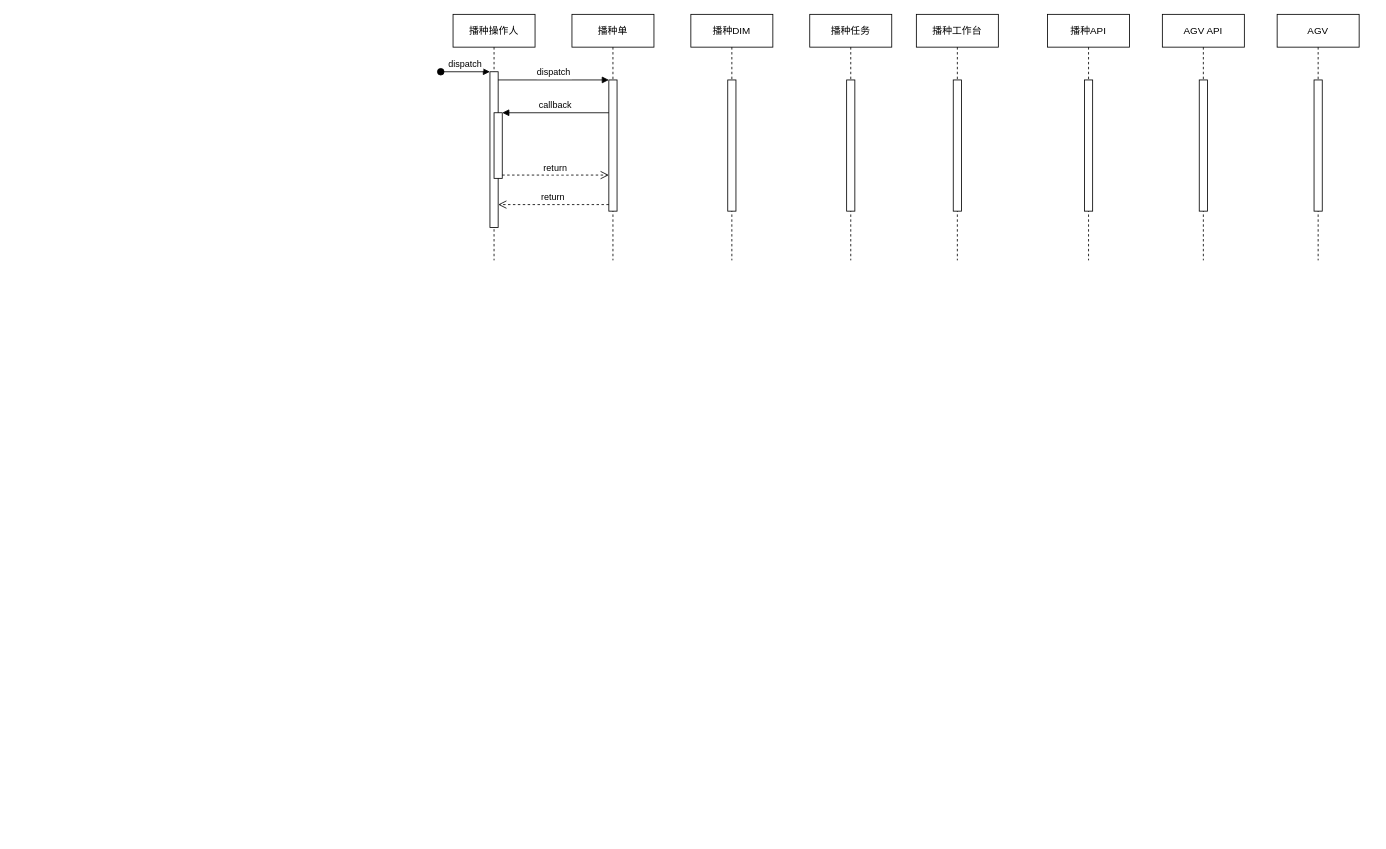
Before: Untitled Diagram.drawio in monica13477/hwms, a draw.io diagram. Source tidied: cells renumbered, new cells numbered last; positions are measured from the earlier drawing's top-left corner, leaving out a move shared by most shapes. Both pictures are drawn from the tidied source at 82%, with x=0, y=0 at pixel (440, 14).
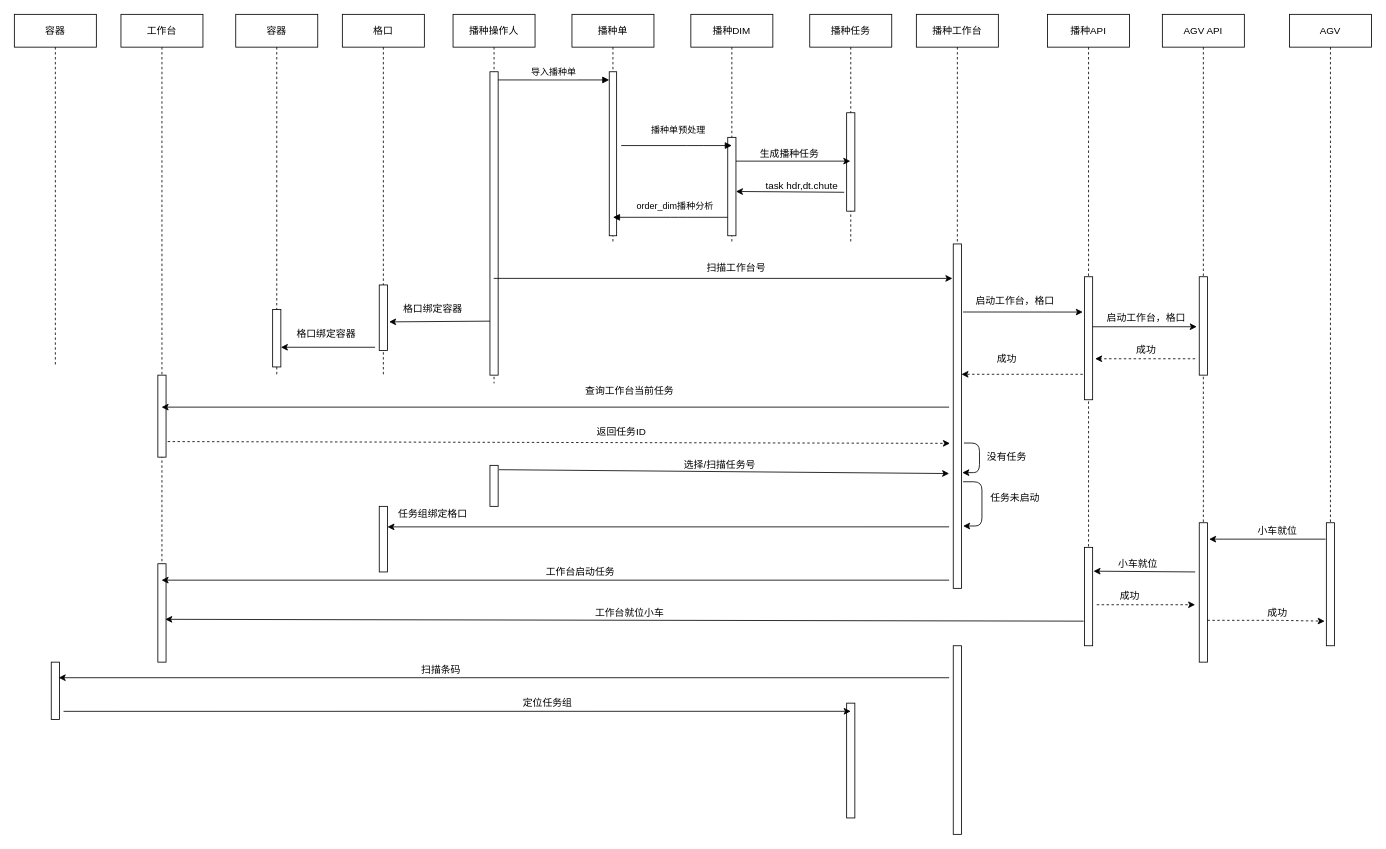
Above is the later version.

Unchanged cells that the change refers to:
```xml
<mxCell id="16" value="播种工作台" style="shape=umlLifeline;perimeter=lifelinePerimeter;rounded=0;shadow=0;strokeWidth=1;" parent="1" vertex="1">
  <mxGeometry x="580" width="100" height="300" as="geometry" />
</mxCell>
```

Diff of the diagram source:
```diff
@@
     <mxCell id="2" value="播种操作人" style="shape=umlLifeline;perimeter=lifelinePerimeter;rounded=0;shadow=0;strokeWidth=1;" parent="1" vertex="1">
-      <mxGeometry x="15" width="100" height="300" as="geometry" />
+      <mxGeometry x="15" width="100" height="450" as="geometry" />
     </mxCell>
     <mxCell id="3" style="points=[];perimeter=orthogonalPerimeter;rounded=0;shadow=0;strokeWidth=1;" parent="2" vertex="1">
-      <mxGeometry x="45" y="70" width="10" height="190" as="geometry" />
+      <mxGeometry x="45" y="70" width="10" height="370" as="geometry" />
     </mxCell>
-    <mxCell id="4" value="dispatch" style="verticalAlign=bottom;startArrow=oval;endArrow=block;startSize=8;shadow=0;strokeWidth=1;" parent="2" edge="1" target="3">
-      <mxGeometry relative="1" as="geometry">
-        <mxPoint x="-15" y="70" as="sourcePoint" />
-      </mxGeometry>
-    </mxCell>
-    <mxCell id="5" style="points=[];perimeter=orthogonalPerimeter;rounded=0;shadow=0;strokeWidth=1;" parent="2" vertex="1">
-      <mxGeometry x="50" y="120" width="10" height="80" as="geometry" />
-    </mxCell>
     <mxCell id="6" value="播种单" style="shape=umlLifeline;perimeter=lifelinePerimeter;rounded=0;shadow=0;strokeWidth=1;" parent="1" vertex="1">
-      <mxGeometry x="160" width="100" height="300" as="geometry" />
+      <mxGeometry x="160" width="100" height="280" as="geometry" />
     </mxCell>
     <mxCell id="7" style="points=[];perimeter=orthogonalPerimeter;rounded=0;shadow=0;strokeWidth=1;" parent="6" vertex="1">
-      <mxGeometry x="45" y="80" width="10" height="160" as="geometry" />
+      <mxGeometry x="45.5" y="70" width="9" height="200" as="geometry" />
     </mxCell>
-    <mxCell id="8" value="return" style="verticalAlign=bottom;endArrow=open;dashed=1;endSize=8;exitX=0;exitY=0.95;shadow=0;strokeWidth=1;" parent="1" edge="1" source="7" target="3">
-      <mxGeometry relative="1" as="geometry" />
-    </mxCell>
-    <mxCell id="9" value="dispatch" style="verticalAlign=bottom;endArrow=block;entryX=0;entryY=0;shadow=0;strokeWidth=1;" parent="1" edge="1" source="3" target="7">
-      <mxGeometry relative="1" as="geometry" />
+    <mxCell id="9" value="导入播种单" style="verticalAlign=bottom;endArrow=block;entryX=0;entryY=0;shadow=0;strokeWidth=1;" parent="1" edge="1">
+      <mxGeometry relative="1" as="geometry">
+        <mxPoint x="70" y="80" as="sourcePoint" />
+        <mxPoint x="205.5" y="80" as="targetPoint" />
+      </mxGeometry>
     </mxCell>
-    <mxCell id="10" value="callback" style="verticalAlign=bottom;endArrow=block;entryX=1;entryY=0;shadow=0;strokeWidth=1;" parent="1" edge="1" source="7" target="5">
-      <mxGeometry relative="1" as="geometry" />
-    </mxCell>
-    <mxCell id="11" value="return" style="verticalAlign=bottom;endArrow=open;dashed=1;endSize=8;exitX=1;exitY=0.95;shadow=0;strokeWidth=1;" parent="1" edge="1" source="5" target="7">
-      <mxGeometry relative="1" as="geometry" />
-    </mxCell>
     <mxCell id="12" value="播种DIM" style="shape=umlLifeline;perimeter=lifelinePerimeter;rounded=0;shadow=0;strokeWidth=1;" parent="1" vertex="1">
-      <mxGeometry x="305" width="100" height="300" as="geometry" />
+      <mxGeometry x="305" width="100" height="280" as="geometry" />
     </mxCell>
-    <mxCell id="13" style="perimeter=orthogonalPerimeter;rounded=0;shadow=0;strokeWidth=1;" parent="12" vertex="1">
-      <mxGeometry x="45" y="80" width="10" height="160" as="geometry" />
-    </mxCell>
+    <mxCell id="24" style="perimeter=orthogonalPerimeter;rounded=0;shadow=0;strokeWidth=1;" parent="12" vertex="1">
+      <mxGeometry x="45" y="150" width="10" height="120" as="geometry" />
+    </mxCell>
     <mxCell id="14" value="播种任务" style="shape=umlLifeline;perimeter=lifelinePerimeter;rounded=0;shadow=0;strokeWidth=1;" parent="1" vertex="1">
-      <mxGeometry x="450" width="100" height="300" as="geometry" />
+      <mxGeometry x="450" width="100" height="280" as="geometry" />
     </mxCell>
     <mxCell id="15" style="perimeter=orthogonalPerimeter;rounded=0;shadow=0;strokeWidth=1;" parent="14" vertex="1">
-      <mxGeometry x="45" y="80" width="10" height="160" as="geometry" />
+      <mxGeometry x="45" y="120" width="10" height="120" as="geometry" />
     </mxCell>
@@
+    <mxCell id="18" value="播种API" style="shape=umlLifeline;perimeter=lifelinePerimeter;rounded=0;shadow=0;strokeWidth=1;" parent="1" vertex="1">
+      <mxGeometry x="740" width="100" height="650" as="geometry" />
+    </mxCell>
+    <mxCell id="20" value="AGV API" style="shape=umlLifeline;perimeter=lifelinePerimeter;rounded=0;shadow=0;strokeWidth=1;" parent="1" vertex="1">
+      <mxGeometry x="880" width="100" height="620" as="geometry" />
+    </mxCell>
+    <mxCell id="22" value="AGV" style="shape=umlLifeline;perimeter=lifelinePerimeter;rounded=0;shadow=0;strokeWidth=1;" parent="1" vertex="1">
+      <mxGeometry x="1035" width="100" height="630" as="geometry" />
+    </mxCell>
+    <mxCell id="25" value="播种单预处理" style="verticalAlign=bottom;endArrow=block;entryX=0;entryY=0;shadow=0;strokeWidth=1;" parent="1" edge="1">
+      <mxGeometry x="0.04" y="10" relative="1" as="geometry">
+        <mxPoint x="220" y="160" as="sourcePoint" />
+        <mxPoint x="355" y="160" as="targetPoint" />
+        <Array as="points">
+          <mxPoint x="310" y="160" />
+        </Array>
+      </mxGeometry>
+    </mxCell>
+    <mxCell id="26" value="order_dim播种分析" style="verticalAlign=bottom;endArrow=block;shadow=0;strokeWidth=1;" parent="1" edge="1">
+      <mxGeometry x="-0.08" y="-5" relative="1" as="geometry">
+        <mxPoint x="350" y="247.5" as="sourcePoint" />
+        <mxPoint x="210" y="247.5" as="targetPoint" />
+        <Array as="points">
+          <mxPoint x="290" y="247.5" />
+        </Array>
+      </mxGeometry>
+    </mxCell>
+    <mxCell id="27" value="生成播种任务" style="text;html=1;align=center;verticalAlign=middle;" parent="1" vertex="1">
+      <mxGeometry x="380" y="160" width="90" height="20" as="geometry" />
+    </mxCell>
+    <mxCell id="28" style="endArrow=classic;html=1;" parent="1" edge="1" target="14">
+      <mxGeometry relative="1" as="geometry">
+        <mxPoint x="360" y="179" as="sourcePoint" />
+      </mxGeometry>
+    </mxCell>
+    <mxCell id="29" style="endArrow=classic;html=1;entryX=1;entryY=0.4;entryDx=0;entryDy=0;entryPerimeter=0;exitX=-0.3;exitY=0.758;exitDx=0;exitDy=0;exitPerimeter=0;" parent="1" edge="1">
+      <mxGeometry relative="1" as="geometry">
+        <mxPoint x="492" y="217" as="sourcePoint" />
+        <mxPoint x="360" y="216" as="targetPoint" />
+      </mxGeometry>
+    </mxCell>
+    <mxCell id="30" value="task hdr,dt.chute" style="text;html=1;align=center;verticalAlign=middle;" parent="1" vertex="1">
+      <mxGeometry x="390" y="200" width="100" height="20" as="geometry" />
+    </mxCell>
-    <mxCell id="17" style="points=[];perimeter=orthogonalPerimeter;rounded=0;shadow=0;strokeWidth=1;" parent="16" vertex="1">
-      <mxGeometry x="45" y="80" width="10" height="160" as="geometry" />
+    <mxCell id="17" style="points=[];perimeter=orthogonalPerimeter;rounded=0;shadow=0;strokeWidth=1;" parent="1" vertex="1">
+      <mxGeometry x="625" y="280" width="10" height="420" as="geometry" />
     </mxCell>
-    <mxCell id="18" value="播种API" style="shape=umlLifeline;perimeter=lifelinePerimeter;rounded=0;shadow=0;strokeWidth=1;" parent="1" vertex="1">
-      <mxGeometry x="740" width="100" height="300" as="geometry" />
-    </mxCell>
+    <mxCell id="31" style="endArrow=classic;html=1;" parent="1" edge="1" source="2">
+      <mxGeometry relative="1" as="geometry">
+        <mxPoint x="624" y="322" as="targetPoint" />
+      </mxGeometry>
+    </mxCell>
+    <mxCell id="32" value="扫描工作台号" style="text;html=1;align=center;verticalAlign=middle;" parent="1" vertex="1">
+      <mxGeometry x="315" y="300" width="90" height="20" as="geometry" />
+    </mxCell>
-    <mxCell id="19" style="points=[];perimeter=orthogonalPerimeter;rounded=0;shadow=0;strokeWidth=1;" parent="18" vertex="1">
-      <mxGeometry x="45" y="80" width="10" height="160" as="geometry" />
+    <mxCell id="19" style="points=[];perimeter=orthogonalPerimeter;rounded=0;shadow=0;strokeWidth=1;" parent="1" vertex="1">
+      <mxGeometry x="785" y="320" width="10" height="150" as="geometry" />
     </mxCell>
-    <mxCell id="20" value="AGV API" style="shape=umlLifeline;perimeter=lifelinePerimeter;rounded=0;shadow=0;strokeWidth=1;" parent="1" vertex="1">
-      <mxGeometry x="880" width="100" height="300" as="geometry" />
-    </mxCell>
+    <mxCell id="33" style="endArrow=classic;html=1;entryX=-0.2;entryY=0.287;entryDx=0;entryDy=0;entryPerimeter=0;" parent="1" edge="1" target="19">
+      <mxGeometry relative="1" as="geometry">
+        <mxPoint x="637" y="363" as="sourcePoint" />
+      </mxGeometry>
+    </mxCell>
+    <mxCell id="34" value="启动工作台，格口" style="text;html=1;align=center;verticalAlign=middle;" parent="1" vertex="1">
+      <mxGeometry x="645" y="340" width="110" height="20" as="geometry" />
+    </mxCell>
-    <mxCell id="21" style="points=[];perimeter=orthogonalPerimeter;rounded=0;shadow=0;strokeWidth=1;" parent="20" vertex="1">
-      <mxGeometry x="45" y="80" width="10" height="160" as="geometry" />
+    <mxCell id="21" style="points=[];perimeter=orthogonalPerimeter;rounded=0;shadow=0;strokeWidth=1;" parent="1" vertex="1">
+      <mxGeometry x="925" y="320" width="10" height="120" as="geometry" />
     </mxCell>
-    <mxCell id="22" value="AGV" style="shape=umlLifeline;perimeter=lifelinePerimeter;rounded=0;shadow=0;strokeWidth=1;" parent="1" vertex="1">
-      <mxGeometry x="1020" width="100" height="300" as="geometry" />
-    </mxCell>
+    <mxCell id="35" style="endArrow=classic;html=1;entryX=-0.3;entryY=0.508;entryDx=0;entryDy=0;entryPerimeter=0;" parent="1" edge="1" target="21">
+      <mxGeometry relative="1" as="geometry">
+        <mxPoint x="795" y="381" as="sourcePoint" />
+      </mxGeometry>
+    </mxCell>
+    <mxCell id="36" value="启动工作台，格口" style="text;html=1;align=center;verticalAlign=middle;" parent="1" vertex="1">
+      <mxGeometry x="805" y="360" width="110" height="20" as="geometry" />
+    </mxCell>
+    <mxCell id="37" value="成功" style="text;html=1;align=center;verticalAlign=middle;" parent="1" vertex="1">
+      <mxGeometry x="840" y="400" width="40" height="20" as="geometry" />
+    </mxCell>
+    <mxCell id="38" style="endArrow=classic;html=1;exitX=-0.2;exitY=0.793;exitDx=0;exitDy=0;exitPerimeter=0;dashed=1;" parent="1" edge="1" source="19" target="17">
+      <mxGeometry relative="1" as="geometry" />
+    </mxCell>
+    <mxCell id="39" value="成功" style="text;html=1;align=center;verticalAlign=middle;" parent="1" vertex="1">
+      <mxGeometry x="670" y="410" width="40" height="20" as="geometry" />
+    </mxCell>
+    <mxCell id="40" style="endArrow=classic;html=1;dashed=1;" parent="1" edge="1">
+      <mxGeometry relative="1" as="geometry">
+        <mxPoint x="920" y="420" as="sourcePoint" />
+        <mxPoint x="798" y="420" as="targetPoint" />
+      </mxGeometry>
+    </mxCell>
+    <mxCell id="41" value="格口" style="shape=umlLifeline;perimeter=lifelinePerimeter;rounded=0;shadow=0;strokeWidth=1;" parent="1" vertex="1">
+      <mxGeometry x="-120" width="100" height="440" as="geometry" />
+    </mxCell>
+    <mxCell id="42" style="points=[];perimeter=orthogonalPerimeter;rounded=0;shadow=0;strokeWidth=1;" parent="41" vertex="1">
+      <mxGeometry x="45" y="330" width="10" height="80" as="geometry" />
+    </mxCell>
+    <mxCell id="43" value="容器" style="shape=umlLifeline;perimeter=lifelinePerimeter;rounded=0;shadow=0;strokeWidth=1;" parent="1" vertex="1">
+      <mxGeometry x="-250" width="100" height="440" as="geometry" />
+    </mxCell>
+    <mxCell id="44" style="points=[];perimeter=orthogonalPerimeter;rounded=0;shadow=0;strokeWidth=1;" parent="43" vertex="1">
+      <mxGeometry x="45" y="360" width="10" height="70" as="geometry" />
+    </mxCell>
+    <mxCell id="45" style="endArrow=classic;html=1;entryX=1.2;entryY=0.563;entryDx=0;entryDy=0;entryPerimeter=0;exitX=0;exitY=0.822;exitDx=0;exitDy=0;exitPerimeter=0;" parent="1" edge="1" source="3" target="42">
+      <mxGeometry relative="1" as="geometry" />
+    </mxCell>
+    <mxCell id="46" value="格口绑定容器" style="text;html=1;align=center;verticalAlign=middle;" parent="1" vertex="1">
+      <mxGeometry x="-55" y="350" width="90" height="20" as="geometry" />
+    </mxCell>
+    <mxCell id="47" value="工作台" style="shape=umlLifeline;perimeter=lifelinePerimeter;rounded=0;shadow=0;strokeWidth=1;" parent="1" vertex="1">
+      <mxGeometry x="-390" width="100" height="740" as="geometry" />
+    </mxCell>
+    <mxCell id="48" style="points=[];perimeter=orthogonalPerimeter;rounded=0;shadow=0;strokeWidth=1;" parent="47" vertex="1">
+      <mxGeometry x="45" y="440" width="10" height="100" as="geometry" />
+    </mxCell>
+    <mxCell id="49" style="endArrow=classic;html=1;" parent="47" edge="1" target="47">
+      <mxGeometry relative="1" as="geometry">
+        <mxPoint x="1010" y="479" as="sourcePoint" />
+      </mxGeometry>
+    </mxCell>
+    <mxCell id="50" value="查询工作台当前任务" style="text;html=1;align=center;verticalAlign=middle;" parent="1" vertex="1">
+      <mxGeometry x="170" y="450" width="120" height="20" as="geometry" />
+    </mxCell>
+    <mxCell id="51" style="endArrow=classic;html=1;entryX=-0.4;entryY=0.579;entryDx=0;entryDy=0;entryPerimeter=0;exitX=1.2;exitY=0.81;exitDx=0;exitDy=0;exitPerimeter=0;dashed=1;" parent="1" edge="1" source="48" target="17">
+      <mxGeometry relative="1" as="geometry" />
+    </mxCell>
+    <mxCell id="52" value="返回任务ID" style="text;html=1;align=center;verticalAlign=middle;" parent="1" vertex="1">
+      <mxGeometry x="180" y="500" width="80" height="20" as="geometry" />
+    </mxCell>
+    <mxCell id="53" style="points=[];perimeter=orthogonalPerimeter;rounded=0;shadow=0;strokeWidth=1;" parent="1" vertex="1">
+      <mxGeometry x="60" y="550" width="10" height="50" as="geometry" />
+    </mxCell>
+    <mxCell id="54" style="endArrow=classic;html=1;exitX=1.1;exitY=0.106;exitDx=0;exitDy=0;exitPerimeter=0;" parent="1" edge="1" source="53">
+      <mxGeometry relative="1" as="geometry">
+        <mxPoint x="620" y="560" as="targetPoint" />
+      </mxGeometry>
+    </mxCell>
+    <mxCell id="55" value="选择/扫描任务号" style="text;html=1;align=center;verticalAlign=middle;" parent="1" vertex="1">
+      <mxGeometry x="290" y="540" width="100" height="20" as="geometry" />
+    </mxCell>
+    <mxCell id="56" style="edgeStyle=elbowEdgeStyle;elbow=horizontal;endArrow=classic;html=1;exitX=1.6;exitY=0.571;exitDx=0;exitDy=0;exitPerimeter=0;entryX=1.1;entryY=0.664;entryDx=0;entryDy=0;entryPerimeter=0;" parent="1" edge="1" target="17">
+      <mxGeometry relative="1" as="geometry">
+        <mxPoint x="638" y="522.8" as="sourcePoint" />
+        <Array as="points">
+          <mxPoint x="657" y="553" />
+        </Array>
+      </mxGeometry>
+    </mxCell>
+    <mxCell id="57" value="没有任务" style="text;html=1;align=center;verticalAlign=middle;" parent="1" vertex="1">
+      <mxGeometry x="660" y="530" width="60" height="20" as="geometry" />
+    </mxCell>
+    <mxCell id="58" style="points=[];perimeter=orthogonalPerimeter;rounded=0;shadow=0;strokeWidth=1;" parent="1" vertex="1">
+      <mxGeometry x="-75" y="600" width="10" height="80" as="geometry" />
+    </mxCell>
+    <mxCell id="59" style="endArrow=classic;html=1;entryX=1;entryY=0.313;entryDx=0;entryDy=0;entryPerimeter=0;" parent="1" edge="1" target="58">
+      <mxGeometry relative="1" as="geometry">
+        <mxPoint x="620" y="625" as="sourcePoint" />
+      </mxGeometry>
+    </mxCell>
+    <mxCell id="60" value="任务组绑定格口" style="text;html=1;align=center;verticalAlign=middle;" parent="1" vertex="1">
+      <mxGeometry x="-60" y="600" width="100" height="20" as="geometry" />
+    </mxCell>
+    <mxCell id="61" style="endArrow=classic;html=1;entryX=1;entryY=0.657;entryDx=0;entryDy=0;entryPerimeter=0;" parent="1" edge="1" target="44">
+      <mxGeometry relative="1" as="geometry">
+        <mxPoint x="-80" y="406" as="sourcePoint" />
+      </mxGeometry>
+    </mxCell>
+    <mxCell id="62" value="格口绑定容器" style="text;html=1;align=center;verticalAlign=middle;" parent="1" vertex="1">
+      <mxGeometry x="-185" y="380" width="90" height="20" as="geometry" />
+    </mxCell>
+    <mxCell id="63" style="edgeStyle=elbowEdgeStyle;elbow=horizontal;endArrow=classic;html=1;entryX=1.2;entryY=0.819;entryDx=0;entryDy=0;entryPerimeter=0;" parent="1" edge="1" target="17">
+      <mxGeometry relative="1" as="geometry">
+        <mxPoint x="637" y="570" as="sourcePoint" />
+        <Array as="points">
+          <mxPoint x="660" y="600.2" />
+        </Array>
+      </mxGeometry>
+    </mxCell>
+    <mxCell id="64" value="任务未启动" style="text;html=1;align=center;verticalAlign=middle;" parent="1" vertex="1">
+      <mxGeometry x="660" y="580" width="80" height="20" as="geometry" />
+    </mxCell>
-    <mxCell id="23" style="perimeter=orthogonalPerimeter;rounded=0;shadow=0;strokeWidth=1;" parent="22" vertex="1">
-      <mxGeometry x="45" y="80" width="10" height="160" as="geometry" />
+    <mxCell id="23" style="perimeter=orthogonalPerimeter;rounded=0;shadow=0;strokeWidth=1;" parent="1" vertex="1">
+      <mxGeometry x="1080" y="620" width="10" height="150" as="geometry" />
     </mxCell>
+    <mxCell id="65" style="points=[];perimeter=orthogonalPerimeter;rounded=0;shadow=0;strokeWidth=1;" parent="1" vertex="1">
+      <mxGeometry x="785" y="650" width="10" height="120" as="geometry" />
+    </mxCell>
+    <mxCell id="66" style="points=[];perimeter=orthogonalPerimeter;rounded=0;shadow=0;strokeWidth=1;" parent="1" vertex="1">
+      <mxGeometry x="925" y="620" width="10" height="170" as="geometry" />
+    </mxCell>
+    <mxCell id="67" style="endArrow=classic;html=1;" parent="1" edge="1">
+      <mxGeometry relative="1" as="geometry">
+        <mxPoint x="1079" y="640" as="sourcePoint" />
+        <mxPoint x="937" y="640" as="targetPoint" />
+      </mxGeometry>
+    </mxCell>
+    <mxCell id="68" value="小车就位" style="text;html=1;align=center;verticalAlign=middle;" parent="1" vertex="1">
+      <mxGeometry x="990" y="620" width="60" height="20" as="geometry" />
+    </mxCell>
+    <mxCell id="69" style="endArrow=classic;html=1;entryX=1.1;entryY=0.242;entryDx=0;entryDy=0;entryPerimeter=0;" parent="1" edge="1" target="65">
+      <mxGeometry relative="1" as="geometry">
+        <mxPoint x="920" y="680" as="sourcePoint" />
+      </mxGeometry>
+    </mxCell>
+    <mxCell id="70" value="小车就位" style="text;html=1;align=center;verticalAlign=middle;" parent="1" vertex="1">
+      <mxGeometry x="820" y="660" width="60" height="20" as="geometry" />
+    </mxCell>
+    <mxCell id="71" style="endArrow=classic;html=1;dashed=1;" parent="1" edge="1">
+      <mxGeometry relative="1" as="geometry">
+        <mxPoint x="800" y="720" as="sourcePoint" />
+        <mxPoint x="920" y="720" as="targetPoint" />
+      </mxGeometry>
+    </mxCell>
+    <mxCell id="72" style="endArrow=classic;html=1;dashed=1;exitX=1;exitY=0.7;exitDx=0;exitDy=0;exitPerimeter=0;" parent="1" edge="1" source="66">
+      <mxGeometry relative="1" as="geometry">
+        <mxPoint x="1078" y="740" as="targetPoint" />
+        <Array as="points">
+          <mxPoint x="1020" y="739" />
+        </Array>
+      </mxGeometry>
+    </mxCell>
+    <mxCell id="73" value="成功" style="text;html=1;align=center;verticalAlign=middle;" parent="1" vertex="1">
+      <mxGeometry x="820" y="700" width="40" height="20" as="geometry" />
+    </mxCell>
+    <mxCell id="74" value="成功" style="text;html=1;align=center;verticalAlign=middle;" parent="1" vertex="1">
+      <mxGeometry x="1000" y="720" width="40" height="20" as="geometry" />
+    </mxCell>
+    <mxCell id="75" style="endArrow=classic;html=1;exitX=-0.1;exitY=0.75;exitDx=0;exitDy=0;exitPerimeter=0;entryX=0.54;entryY=0.997;entryDx=0;entryDy=0;entryPerimeter=0;" parent="1" edge="1" source="65" target="47">
+      <mxGeometry relative="1" as="geometry" />
+    </mxCell>
+    <mxCell id="76" style="perimeter=orthogonalPerimeter;rounded=0;shadow=0;strokeWidth=1;" parent="1" vertex="1">
+      <mxGeometry x="-345" y="670" width="10" height="120" as="geometry" />
+    </mxCell>
+    <mxCell id="77" value="工作台就位小车" style="text;html=1;align=center;verticalAlign=middle;" parent="1" vertex="1">
+      <mxGeometry x="180" y="720" width="100" height="20" as="geometry" />
+    </mxCell>
+    <mxCell id="78" style="endArrow=classic;html=1;" parent="1" edge="1" target="47">
+      <mxGeometry relative="1" as="geometry">
+        <mxPoint x="620" y="690" as="sourcePoint" />
+      </mxGeometry>
+    </mxCell>
+    <mxCell id="79" value="工作台启动任务" style="text;html=1;align=center;verticalAlign=middle;" parent="1" vertex="1">
+      <mxGeometry x="120" y="670" width="100" height="20" as="geometry" />
+    </mxCell>
+    <mxCell id="80" style="perimeter=orthogonalPerimeter;rounded=0;shadow=0;strokeWidth=1;" parent="1" vertex="1">
+      <mxGeometry x="625" y="770" width="10" height="230" as="geometry" />
+    </mxCell>
+    <mxCell id="81" value="容器" style="shape=umlLifeline;perimeter=lifelinePerimeter;rounded=0;shadow=0;strokeWidth=1;" parent="1" vertex="1">
+      <mxGeometry x="-520" width="100" height="430" as="geometry" />
+    </mxCell>
+    <mxCell id="82" style="points=[];perimeter=orthogonalPerimeter;rounded=0;shadow=0;strokeWidth=1;" parent="1" vertex="1">
+      <mxGeometry x="-475" y="790" width="10" height="70" as="geometry" />
+    </mxCell>
+    <mxCell id="83" style="endArrow=classic;html=1;entryX=0.9;entryY=0.271;entryDx=0;entryDy=0;entryPerimeter=0;" parent="1" edge="1" target="82">
+      <mxGeometry relative="1" as="geometry">
+        <mxPoint x="620" y="809" as="sourcePoint" />
+      </mxGeometry>
+    </mxCell>
+    <mxCell id="84" value="扫描条码" style="text;html=1;align=center;verticalAlign=middle;" parent="1" vertex="1">
+      <mxGeometry x="-30" y="790" width="60" height="20" as="geometry" />
+    </mxCell>
+    <mxCell id="85" style="points=[];perimeter=orthogonalPerimeter;rounded=0;shadow=0;strokeWidth=1;" parent="1" vertex="1">
+      <mxGeometry x="495" y="840" width="10" height="140" as="geometry" />
+    </mxCell>
+    <mxCell id="86" style="endArrow=classic;html=1;entryX=0.5;entryY=0.071;entryDx=0;entryDy=0;entryPerimeter=0;" parent="1" edge="1" target="85">
+      <mxGeometry relative="1" as="geometry">
+        <mxPoint x="-460" y="850" as="sourcePoint" />
+      </mxGeometry>
+    </mxCell>
+    <mxCell id="87" value="定位任务组" style="text;html=1;align=center;verticalAlign=middle;" parent="1" vertex="1">
+      <mxGeometry x="90" y="830" width="80" height="20" as="geometry" />
+    </mxCell>
```
